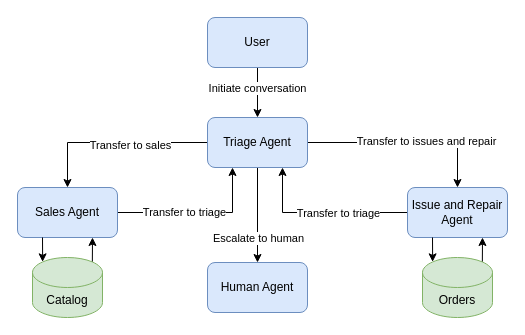
This is python/packages/autogen-core/docs/drawio/handoffs.drawio from microsoft/autogen, a draw.io file, before an edit. Source tidied: cells renumbered, new cells numbered last; positions are measured from the earlier drawing's top-left corner, leaving out a move shared by most shapes. Both pictures are drawn from the tidied source at 100%, with x=0, y=0 at pixel (17, 17).
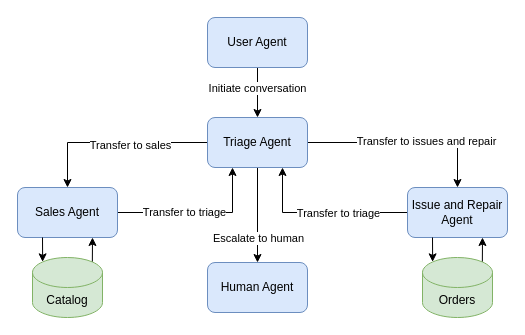
Above is the later version.

Commit message (it also covers changes not shown here):
Update intro and figure

Change to the diagram source:
```diff
@@
-    <mxCell id="17" value="User" style="rounded=1;whiteSpace=wrap;html=1;fillColor=#dae8fc;strokeColor=#6c8ebf;" parent="1" vertex="1">
+    <mxCell id="17" value="User Agent" style="rounded=1;whiteSpace=wrap;html=1;fillColor=#dae8fc;strokeColor=#6c8ebf;" parent="1" vertex="1">
       <mxGeometry x="190" width="100" height="50" as="geometry" />
     </mxCell>
```
